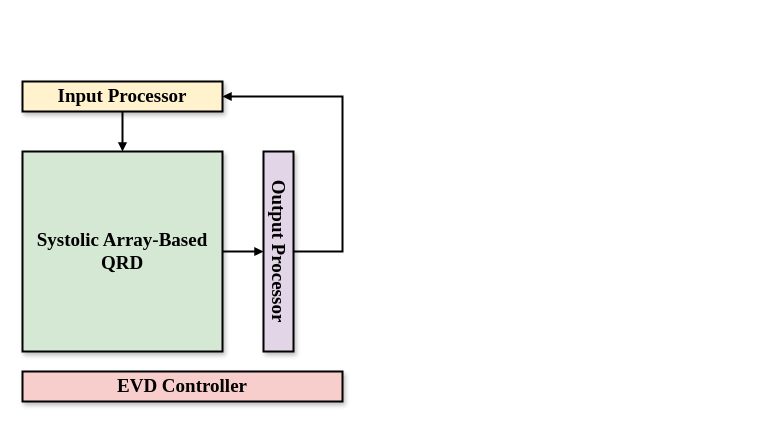
Earlier version of the draw.io diagram report/Figure/EVD.drawio (akira2963753/Eigen-Value-Decomposition). Source tidied: cells renumbered, new cells numbered last; positions are measured from the earlier drawing's top-left corner, leaving out a move shared by most shapes. Both pictures are drawn from the tidied source at 100%, with x=0, y=0 at pixel (22, 81).
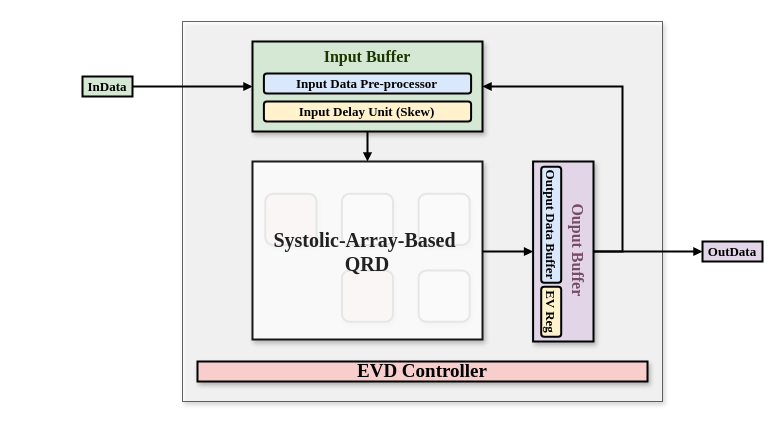
The same page after the edit.

The edit, as a diff of the source:
```diff
@@
-    <mxCell id="2" style="edgeStyle=orthogonalEdgeStyle;rounded=0;jettySize=auto;html=1;exitX=1;exitY=0.5;exitDx=0;exitDy=0;entryX=0.5;entryY=1;entryDx=0;entryDy=0;strokeWidth=2;endSize=4;endArrow=block;endFill=1;" parent="1" edge="1" source="3" target="7">
-      <mxGeometry relative="1" as="geometry" />
-    </mxCell>
+    <mxCell id="9" style="rounded=0;whiteSpace=wrap;html=1;shadow=1;glass=0;strokeWidth=1;opacity=60;" parent="1" vertex="1">
+      <mxGeometry x="160" y="-60" width="480" height="380" as="geometry" />
+    </mxCell>
+    <mxCell id="10" style="edgeStyle=orthogonalEdgeStyle;rounded=0;jettySize=auto;html=1;exitX=0.5;exitY=1;exitDx=0;exitDy=0;entryX=0.5;entryY=0;entryDx=0;entryDy=0;strokeWidth=2;endSize=4;endArrow=block;endFill=1;" parent="1" edge="1" source="11" target="3">
+      <mxGeometry relative="1" as="geometry" />
+    </mxCell>
+    <mxCell id="11" style="rounded=0;whiteSpace=wrap;html=1;fillColor=#d5e8d4;strokeColor=default;strokeWidth=2;shadow=1;rotation=0;glass=0;" parent="1" vertex="1">
+      <mxGeometry x="230" y="-40" width="230" height="90" as="geometry" />
+    </mxCell>
+    <mxCell id="8" value="&lt;font face=&quot;Garamond&quot;&gt;&lt;span style=&quot;font-size: 19px;&quot;&gt;&lt;b&gt;EVD&amp;nbsp;&lt;/b&gt;&lt;/span&gt;&lt;/font&gt;&lt;b style=&quot;font-size: 19px; font-family: Garamond; background-color: transparent; color: light-dark(rgb(0, 0, 0), rgb(255, 255, 255));&quot;&gt;Controller&lt;/b&gt;" style="rounded=0;whiteSpace=wrap;html=1;fillColor=#f8cecc;strokeColor=default;strokeWidth=2;shadow=1;rotation=0;" parent="1" vertex="1">
+      <mxGeometry x="175" y="280" width="450" height="20" as="geometry" />
+    </mxCell>
+    <mxCell id="12" style="rounded=1;whiteSpace=wrap;html=1;fillColor=#f8cecc;strokeColor=default;shadow=1;glass=0;strokeWidth=2;" parent="1" vertex="1">
+      <mxGeometry x="242.8" y="112.2" width="51.1" height="51.2" as="geometry" />
+    </mxCell>
+    <mxCell id="13" style="rounded=1;whiteSpace=wrap;html=1;fillColor=#f5f5f5;strokeColor=default;shadow=1;glass=0;strokeWidth=2;fontColor=#333333;" parent="1" vertex="1">
+      <mxGeometry x="319.4" y="112.2" width="51.1" height="51.2" as="geometry" />
+    </mxCell>
+    <mxCell id="14" style="rounded=1;whiteSpace=wrap;html=1;fillColor=#f5f5f5;strokeColor=default;shadow=1;glass=0;strokeWidth=2;fontColor=#333333;" parent="1" vertex="1">
+      <mxGeometry x="396.1" y="112.2" width="51.1" height="51.2" as="geometry" />
+    </mxCell>
+    <mxCell id="15" style="rounded=1;whiteSpace=wrap;html=1;fillColor=#f8cecc;strokeColor=default;shadow=1;glass=0;strokeWidth=2;" parent="1" vertex="1">
+      <mxGeometry x="319.4" y="189" width="51.1" height="51.2" as="geometry" />
+    </mxCell>
+    <mxCell id="16" style="rounded=1;whiteSpace=wrap;html=1;fillColor=#f5f5f5;strokeColor=default;shadow=1;glass=0;strokeWidth=2;fontColor=#333333;" parent="1" vertex="1">
+      <mxGeometry x="396.1" y="189" width="51.1" height="51.2" as="geometry" />
+    </mxCell>
-    <mxCell id="3" value="&lt;font face=&quot;Garamond&quot; style=&quot;font-size: 19px;&quot;&gt;&lt;b style=&quot;&quot;&gt;Systolic Array-Based QRD&lt;/b&gt;&lt;/font&gt;" style="rounded=0;whiteSpace=wrap;html=1;fillColor=#d5e8d4;strokeColor=default;shadow=1;glass=0;strokeWidth=2;" parent="1" vertex="1">
-      <mxGeometry y="70" width="200" height="200" as="geometry" />
+    <mxCell id="3" style="rounded=0;whiteSpace=wrap;html=1;shadow=1;glass=0;strokeWidth=2;opacity=90;" parent="1" vertex="1">
+      <mxGeometry x="230" y="80" width="230" height="178" as="geometry" />
     </mxCell>
-    <mxCell id="4" style="edgeStyle=orthogonalEdgeStyle;rounded=0;jettySize=auto;html=1;exitX=0.5;exitY=1;exitDx=0;exitDy=0;strokeWidth=2;endSize=4;endArrow=block;endFill=1;" parent="1" edge="1" source="5" target="3">
-      <mxGeometry relative="1" as="geometry" />
-    </mxCell>
-    <mxCell id="5" value="&lt;font face=&quot;Garamond&quot; style=&quot;font-size: 19px;&quot;&gt;&lt;b style=&quot;&quot;&gt;Input Processor&lt;/b&gt;&lt;/font&gt;" style="rounded=0;whiteSpace=wrap;html=1;fillColor=#fff2cc;strokeColor=default;strokeWidth=2;shadow=1;" parent="1" vertex="1">
-      <mxGeometry width="200" height="30" as="geometry" />
-    </mxCell>
-    <mxCell id="6" style="edgeStyle=orthogonalEdgeStyle;rounded=0;jettySize=auto;html=1;exitX=0.5;exitY=0;exitDx=0;exitDy=0;entryX=1;entryY=0.5;entryDx=0;entryDy=0;strokeWidth=2;endSize=4;endArrow=block;endFill=1;" parent="1" edge="1" source="7" target="5">
-      <mxGeometry relative="1" as="geometry">
-        <Array as="points">
-          <mxPoint x="320" y="170" />
-          <mxPoint x="320" y="15" />
-        </Array>
-      </mxGeometry>
-    </mxCell>
-    <mxCell id="7" value="&lt;font face=&quot;Garamond&quot;&gt;&lt;span style=&quot;font-size: 19px;&quot;&gt;&lt;b&gt;Output Processor&lt;/b&gt;&lt;/span&gt;&lt;/font&gt;" style="rounded=0;whiteSpace=wrap;html=1;fillColor=#e1d5e7;strokeColor=default;strokeWidth=2;shadow=1;rotation=90;" parent="1" vertex="1">
-      <mxGeometry x="156" y="155" width="200" height="30" as="geometry" />
-    </mxCell>
-    <mxCell id="8" value="&lt;font face=&quot;Garamond&quot;&gt;&lt;span style=&quot;font-size: 19px;&quot;&gt;&lt;b&gt;EVD Controller&lt;/b&gt;&lt;/span&gt;&lt;/font&gt;" style="rounded=0;whiteSpace=wrap;html=1;fillColor=#f8cecc;strokeColor=default;strokeWidth=2;shadow=1;rotation=0;" parent="1" vertex="1">
-      <mxGeometry y="290" width="320" height="30" as="geometry" />
-    </mxCell>
+    <mxCell id="17" style="edgeStyle=orthogonalEdgeStyle;rounded=0;jettySize=auto;html=1;exitX=1;exitY=0.5;exitDx=0;exitDy=0;entryX=0;entryY=0.5;entryDx=0;entryDy=0;strokeWidth=2;endSize=4;endArrow=block;endFill=1;" parent="1" edge="1" source="18" target="24">
+      <mxGeometry relative="1" as="geometry" />
+    </mxCell>
+    <mxCell id="18" value="&lt;font style=&quot;color: rgb(108, 108, 108); font-size: 20px;&quot;&gt;&lt;font style=&quot;&quot;&gt;&lt;font style=&quot;color: rgb(33, 33, 33);&quot; face=&quot;Garamond&quot;&gt;&lt;b style=&quot;&quot;&gt;Systolic-Array-Based&amp;nbsp;&lt;/b&gt;&lt;/font&gt;&lt;/font&gt;&lt;/font&gt;&lt;div&gt;&lt;font style=&quot;color: rgb(108, 108, 108); font-size: 20px;&quot;&gt;&lt;b style=&quot;background-color: transparent; font-family: Garamond; color: rgb(33, 33, 33);&quot;&gt;QRD&lt;/b&gt;&lt;/font&gt;&lt;/div&gt;" style="text;html=1;whiteSpace=wrap;strokeColor=none;fillColor=none;align=center;verticalAlign=middle;rounded=0;shadow=1;" parent="1" vertex="1">
+      <mxGeometry x="230" y="147.6" width="230" height="44.8" as="geometry" />
+    </mxCell>
+    <mxCell id="19" value="&lt;font face=&quot;Garamond&quot; style=&quot;font-size: 13px;&quot;&gt;&lt;b&gt;Input Data Pre-processor&lt;/b&gt;&lt;/font&gt;" style="rounded=1;whiteSpace=wrap;html=1;strokeWidth=2;fillColor=#dae8fc;strokeColor=default;" parent="1" vertex="1">
+      <mxGeometry x="241.4" y="-8" width="207.2" height="20" as="geometry" />
+    </mxCell>
+    <mxCell id="20" value="&lt;font face=&quot;Garamond&quot; style=&quot;font-size: 13px;&quot;&gt;&lt;b&gt;Input Delay Unit (Skew)&lt;/b&gt;&lt;/font&gt;" style="rounded=1;whiteSpace=wrap;html=1;strokeWidth=2;fillColor=#fff2cc;strokeColor=default;" parent="1" vertex="1">
+      <mxGeometry x="241.4" y="20" width="207.2" height="20" as="geometry" />
+    </mxCell>
+    <mxCell id="21" value="&lt;font face=&quot;Garamond&quot; style=&quot;font-size: 16px; color: rgb(27, 55, 0);&quot;&gt;&lt;b style=&quot;&quot;&gt;Input Buffer&lt;/b&gt;&lt;/font&gt;" style="text;html=1;whiteSpace=wrap;strokeColor=none;fillColor=none;align=center;verticalAlign=middle;rounded=0;shadow=1;" parent="1" vertex="1">
+      <mxGeometry x="300" y="-39" width="90" height="27.8" as="geometry" />
+    </mxCell>
+    <mxCell id="22" style="edgeStyle=orthogonalEdgeStyle;rounded=0;jettySize=auto;html=1;exitX=1;exitY=0.5;exitDx=0;exitDy=0;entryX=1;entryY=0.5;entryDx=0;entryDy=0;strokeWidth=2;endSize=4;endArrow=block;endFill=1;" parent="1" edge="1" source="24" target="11">
+      <mxGeometry relative="1" as="geometry">
+        <Array as="points">
+          <mxPoint x="600" y="170" />
+          <mxPoint x="600" y="5" />
+        </Array>
+      </mxGeometry>
+    </mxCell>
+    <mxCell id="23" style="edgeStyle=orthogonalEdgeStyle;rounded=0;jettySize=auto;html=1;exitX=1;exitY=0.5;exitDx=0;exitDy=0;entryX=0;entryY=0.5;entryDx=0;entryDy=0;strokeWidth=2;endSize=4;endArrow=block;endFill=1;" parent="1" edge="1" source="24" target="28">
+      <mxGeometry relative="1" as="geometry" />
+    </mxCell>
+    <mxCell id="24" style="rounded=0;whiteSpace=wrap;html=1;fillColor=#e1d5e7;strokeColor=default;strokeWidth=2;shadow=1;rotation=0;glass=0;" parent="1" vertex="1">
+      <mxGeometry x="510.6" y="80" width="60.4" height="180" as="geometry" />
+    </mxCell>
+    <mxCell id="25" value="&lt;font face=&quot;Garamond&quot;&gt;&lt;span style=&quot;font-size: 13px;&quot;&gt;&lt;b&gt;EV Reg&lt;/b&gt;&lt;/span&gt;&lt;/font&gt;" style="rounded=1;whiteSpace=wrap;html=1;strokeWidth=2;fillColor=#fff2cc;strokeColor=default;rotation=90;" parent="1" vertex="1">
+      <mxGeometry x="503.7" y="220.2" width="50" height="20" as="geometry" />
+    </mxCell>
+    <mxCell id="26" value="&lt;font face=&quot;Garamond&quot; style=&quot;font-size: 13px;&quot;&gt;&lt;b&gt;Output Data Buffer&lt;/b&gt;&lt;/font&gt;" style="rounded=1;whiteSpace=wrap;html=1;strokeWidth=2;fillColor=#dae8fc;strokeColor=default;rotation=90;" parent="1" vertex="1">
+      <mxGeometry x="470.7" y="133.2" width="116" height="20" as="geometry" />
+    </mxCell>
+    <mxCell id="27" value="&lt;font face=&quot;Garamond&quot; style=&quot;font-size: 16px; color: rgb(120, 76, 105);&quot;&gt;&lt;b style=&quot;&quot;&gt;Ouput Buffer&lt;/b&gt;&lt;/font&gt;" style="text;html=1;whiteSpace=wrap;strokeColor=none;fillColor=none;align=center;verticalAlign=middle;rounded=0;shadow=1;rotation=90;" parent="1" vertex="1">
+      <mxGeometry x="506.2" y="157.6" width="100" height="22.9" as="geometry" />
+    </mxCell>
+    <mxCell id="28" value="&lt;font face=&quot;Garamond&quot;&gt;&lt;span style=&quot;font-size: 13px;&quot;&gt;&lt;b&gt;OutData&lt;/b&gt;&lt;/span&gt;&lt;/font&gt;" style="rounded=0;whiteSpace=wrap;html=1;strokeWidth=2;fillColor=#e1d5e7;strokeColor=default;" parent="1" vertex="1">
+      <mxGeometry x="680" y="160" width="60" height="20" as="geometry" />
+    </mxCell>
+    <mxCell id="29" style="edgeStyle=orthogonalEdgeStyle;rounded=0;jettySize=auto;html=1;exitX=1;exitY=0.5;exitDx=0;exitDy=0;entryX=0;entryY=0.5;entryDx=0;entryDy=0;strokeWidth=2;endSize=4;endArrow=block;endFill=1;" parent="1" edge="1" source="30" target="11">
+      <mxGeometry relative="1" as="geometry" />
+    </mxCell>
+    <mxCell id="30" value="&lt;font face=&quot;Garamond&quot;&gt;&lt;span style=&quot;font-size: 13px;&quot;&gt;&lt;b&gt;InData&lt;/b&gt;&lt;/span&gt;&lt;/font&gt;" style="rounded=0;whiteSpace=wrap;html=1;strokeWidth=2;fillColor=#d5e8d4;strokeColor=default;" parent="1" vertex="1">
+      <mxGeometry x="60" y="-5" width="50" height="20" as="geometry" />
+    </mxCell>
```
